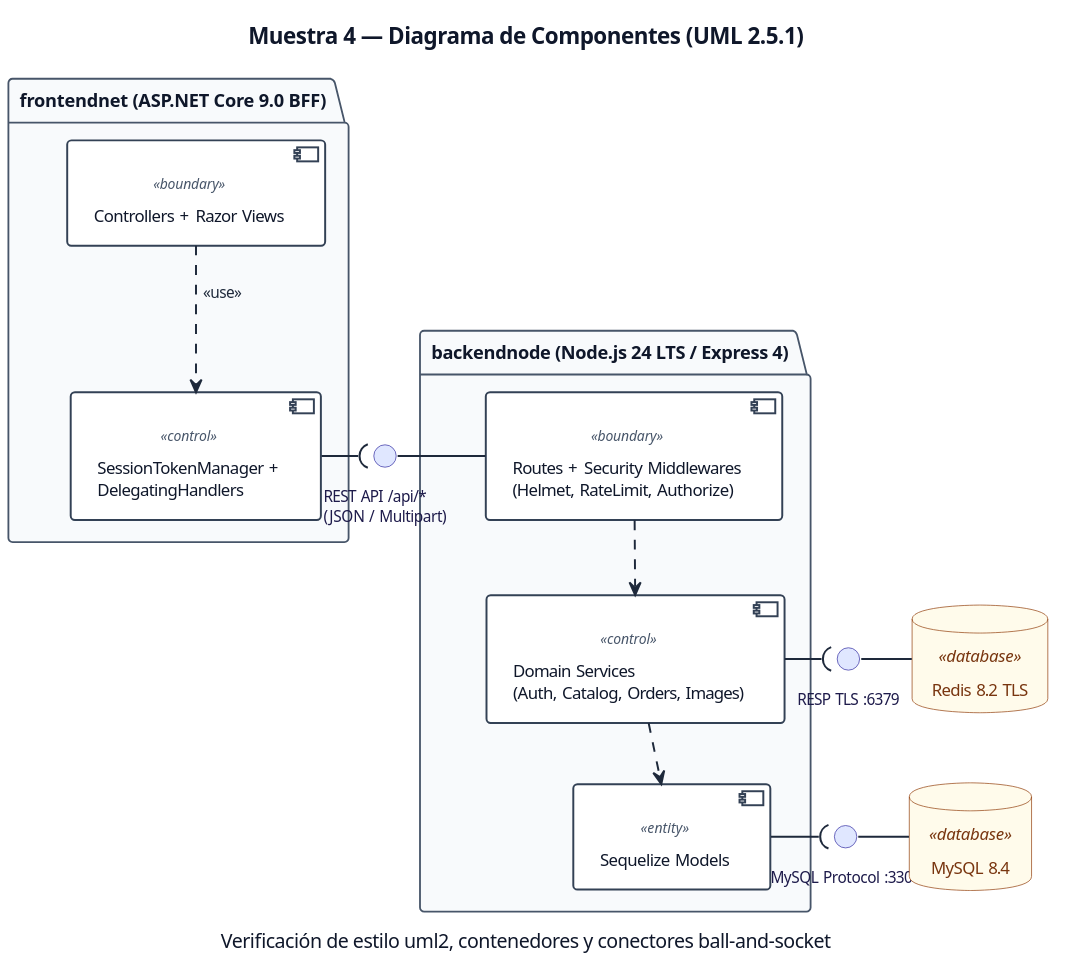
The PlantUML diagram docs/diagrams/_muestra/muestra_04_componentes.svg in maverick0322/Secure-Ecommerce-API, before a commit.
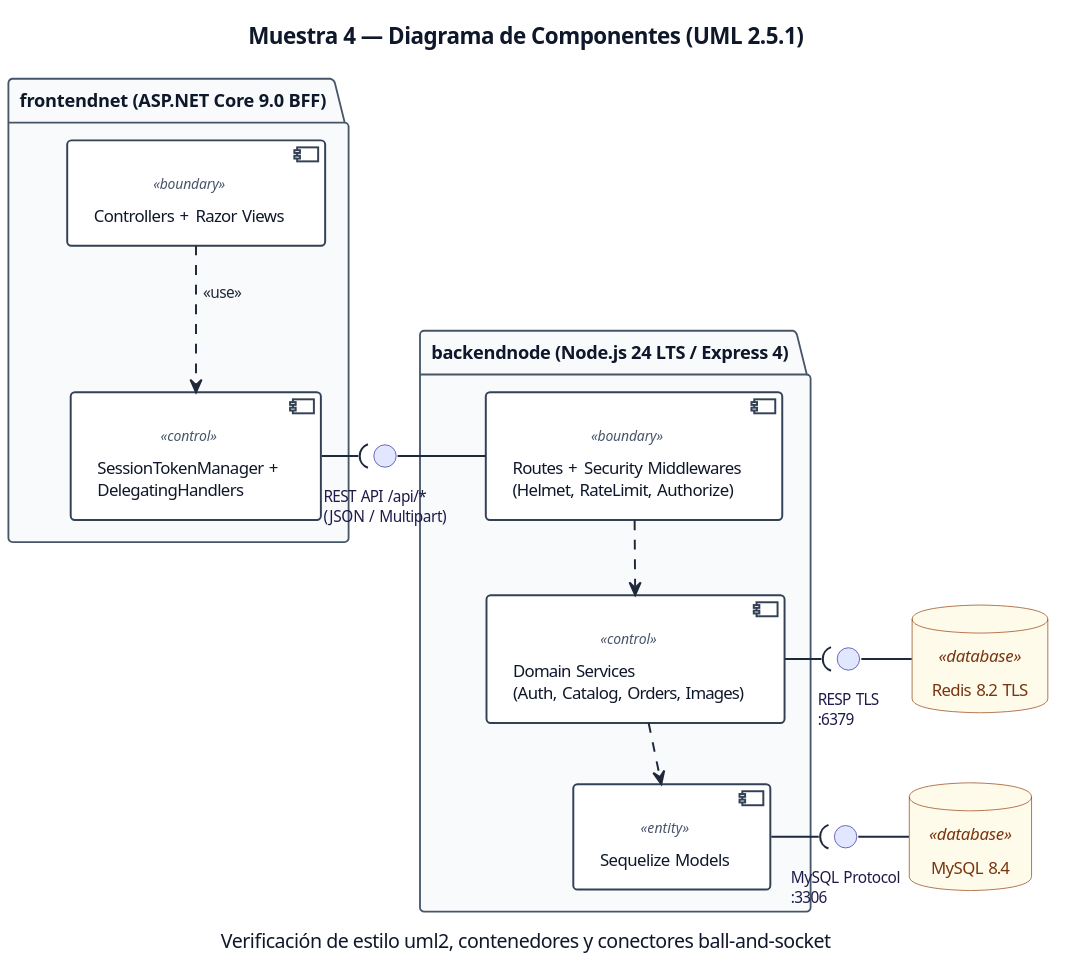
The same diagram one commit later.

Change to the diagram source:
```diff
@@ -19,8 +19,8 @@
   BeServices ..> BeModels
 }
 
-interface "RESP TLS :6379" as IRedis
-interface "MySQL Protocol :3306" as IMySql
+interface "RESP TLS\n:6379" as IRedis
+interface "MySQL Protocol\n:3306" as IMySql
 
 database "Redis 8.2 TLS" as CompRedis <<database>>
 database "MySQL 8.4" as CompMySql <<database>>
```
